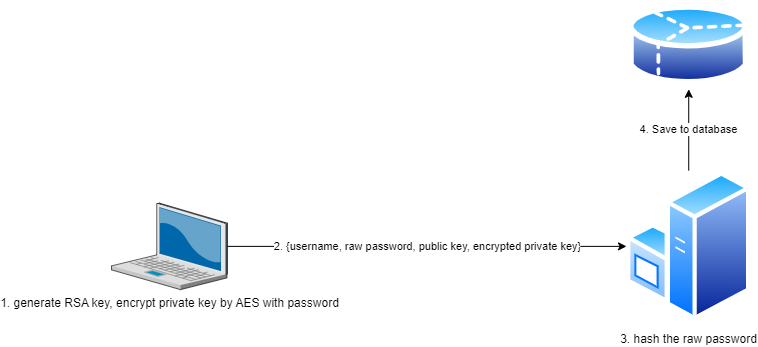
Earlier version of the draw.io export signup.png (NamNgo-2810/Chat-App). Source tidied: cells renumbered, new cells last; positions are measured from the earlier drawing's top-left corner, leaving out a move shared by most shapes. Its diagram source:
```xml
<mxGraphModel>
  <root>
    <mxCell id="0" />
    <mxCell id="1" parent="0" />
    <mxCell id="2" value="1. generate RSA key, encrypt private key by AES with password" style="verticalLabelPosition=bottom;sketch=0;html=1;verticalAlign=top;strokeColor=none;align=center;outlineConnect=0;shape=mxgraph.citrix.laptop_2;" parent="1" vertex="1">
      <mxGeometry y="202.6" width="116" height="86.5" as="geometry" />
    </mxCell>
    <mxCell id="3" value="3. hash the raw password" style="perimeter=ellipsePerimeter;html=1;align=center;shadow=0;dashed=0;spacingTop=3;image;image=img/lib/active_directory/windows_server.svg;" parent="1" vertex="1">
      <mxGeometry x="515" y="170" width="124.4" height="151.8" as="geometry" />
    </mxCell>
    <mxCell id="4" style="perimeter=ellipsePerimeter;html=1;align=center;shadow=0;dashed=0;spacingTop=3;image;image=img/lib/active_directory/database_partition_3.svg;" parent="1" vertex="1">
      <mxGeometry x="517.2" width="120" height="88.8" as="geometry" />
    </mxCell>
    <mxCell id="5" value="2. {username, raw password, public key, encrypted private key}" style="endArrow=classic;html=1;rounded=0;" parent="1" edge="1" source="2" target="3">
      <mxGeometry relative="1" as="geometry" />
    </mxCell>
    <mxCell id="6" value="4. Save to database" style="endArrow=classic;html=1;rounded=0;" parent="1" edge="1" source="3" target="4">
      <mxGeometry relative="1" as="geometry" />
    </mxCell>
  </root>
</mxGraphModel>
```
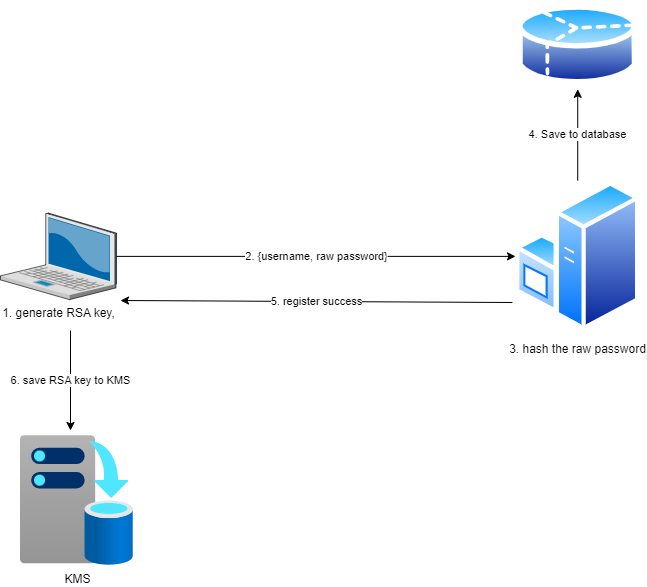
The same diagram one commit later.

Diff of the diagram source:
```diff
@@ -2,20 +2,34 @@
   <root>
     <mxCell id="0" />
     <mxCell id="1" parent="0" />
-    <mxCell id="2" value="1. generate RSA key, encrypt private key by AES with password" style="verticalLabelPosition=bottom;sketch=0;html=1;verticalAlign=top;strokeColor=none;align=center;outlineConnect=0;shape=mxgraph.citrix.laptop_2;" parent="1" vertex="1">
+    <mxCell id="2" value="1. generate RSA key," style="verticalLabelPosition=bottom;sketch=0;html=1;verticalAlign=top;strokeColor=none;align=center;outlineConnect=0;shape=mxgraph.citrix.laptop_2;" parent="1" vertex="1">
       <mxGeometry y="202.6" width="116" height="86.5" as="geometry" />
     </mxCell>
     <mxCell id="3" value="3. hash the raw password" style="perimeter=ellipsePerimeter;html=1;align=center;shadow=0;dashed=0;spacingTop=3;image;image=img/lib/active_directory/windows_server.svg;" parent="1" vertex="1">
       <mxGeometry x="515" y="170" width="124.4" height="151.8" as="geometry" />
     </mxCell>
     <mxCell id="4" style="perimeter=ellipsePerimeter;html=1;align=center;shadow=0;dashed=0;spacingTop=3;image;image=img/lib/active_directory/database_partition_3.svg;" parent="1" vertex="1">
-      <mxGeometry x="517.2" width="120" height="88.8" as="geometry" />
+      <mxGeometry x="517.2" y="-10" width="120" height="88.8" as="geometry" />
     </mxCell>
-    <mxCell id="5" value="2. {username, raw password, public key, encrypted private key}" style="endArrow=classic;html=1;rounded=0;" parent="1" edge="1" source="2" target="3">
+    <mxCell id="5" value="2. {username, raw password}" style="endArrow=classic;html=1;rounded=0;" parent="1" edge="1" source="2" target="3">
       <mxGeometry relative="1" as="geometry" />
     </mxCell>
     <mxCell id="6" value="4. Save to database" style="endArrow=classic;html=1;rounded=0;" parent="1" edge="1" source="3" target="4">
       <mxGeometry relative="1" as="geometry" />
     </mxCell>
+    <mxCell id="7" value="KMS" style="html=1;align=center;image;fontSize=12;image=img/lib/azure2/azure_stack/Infrastructure_Backup.svg;" parent="1" vertex="1">
+      <mxGeometry x="20" y="425" width="113" height="130" as="geometry" />
+    </mxCell>
+    <mxCell id="8" value="5. register success" style="endArrow=classic;html=1;rounded=0;exitX=-0.025;exitY=0.804;exitDx=0;exitDy=0;exitPerimeter=0;" parent="1" edge="1" source="3">
+      <mxGeometry relative="1" as="geometry">
+        <mxPoint x="120" y="290" as="targetPoint" />
+      </mxGeometry>
+    </mxCell>
+    <mxCell id="9" value="6. save RSA key to KMS" style="endArrow=classic;html=1;rounded=0;" parent="1" edge="1">
+      <mxGeometry relative="1" as="geometry">
+        <mxPoint x="70" y="320" as="sourcePoint" />
+        <mxPoint x="70" y="420" as="targetPoint" />
+      </mxGeometry>
+    </mxCell>
   </root>
 </mxGraphModel>
```
